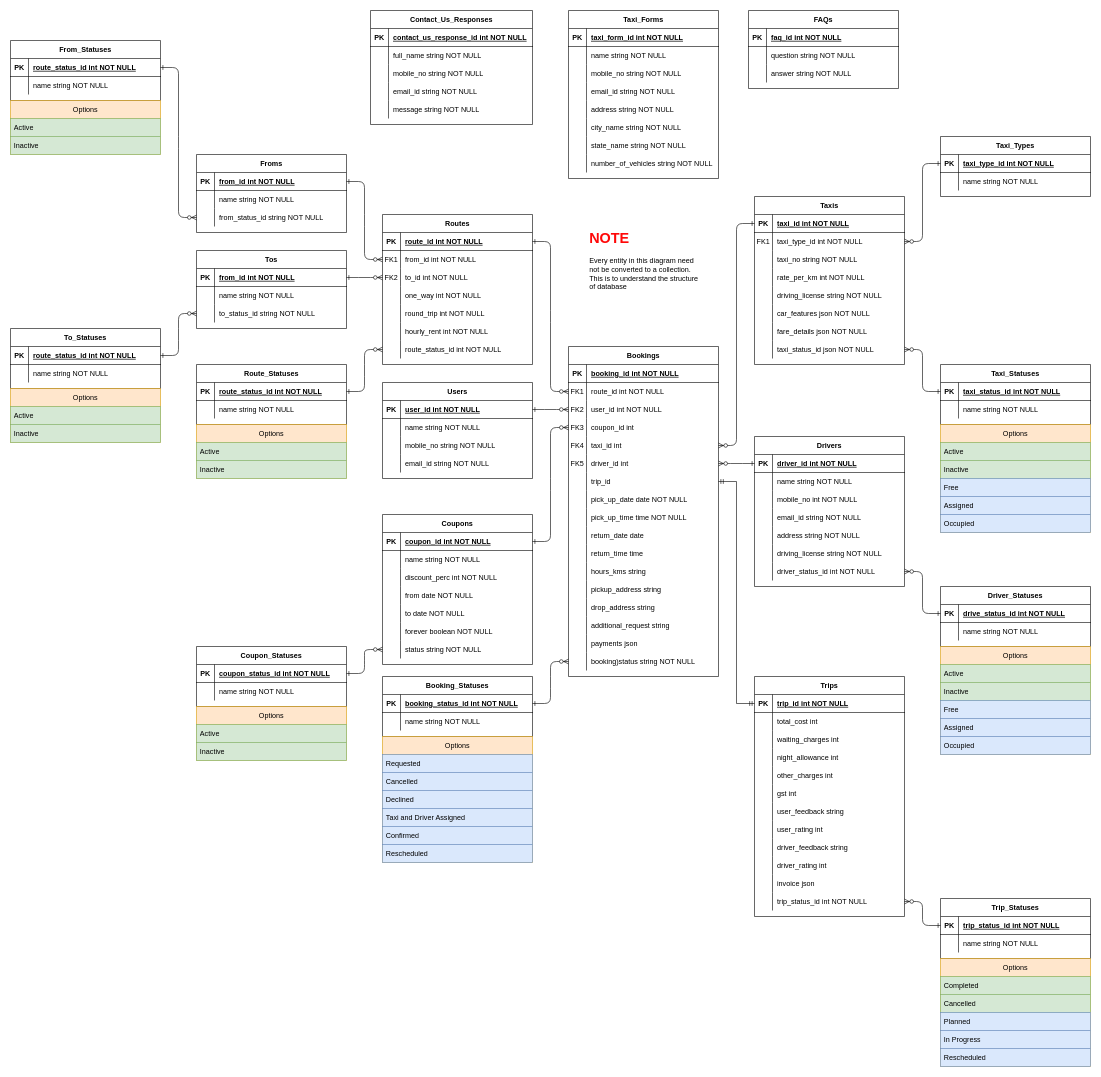
Above: BTCv2.drawio in TechManTejas/BombayTaxiCo_Express_Backend (draw.io), before the change. Source tidied: cells renumbered, new cells numbered last; positions are measured from the earlier drawing's top-left corner, leaving out a move shared by most shapes. Both pictures are drawn from the tidied source at 60%, with x=0, y=0 at pixel (10, 10).
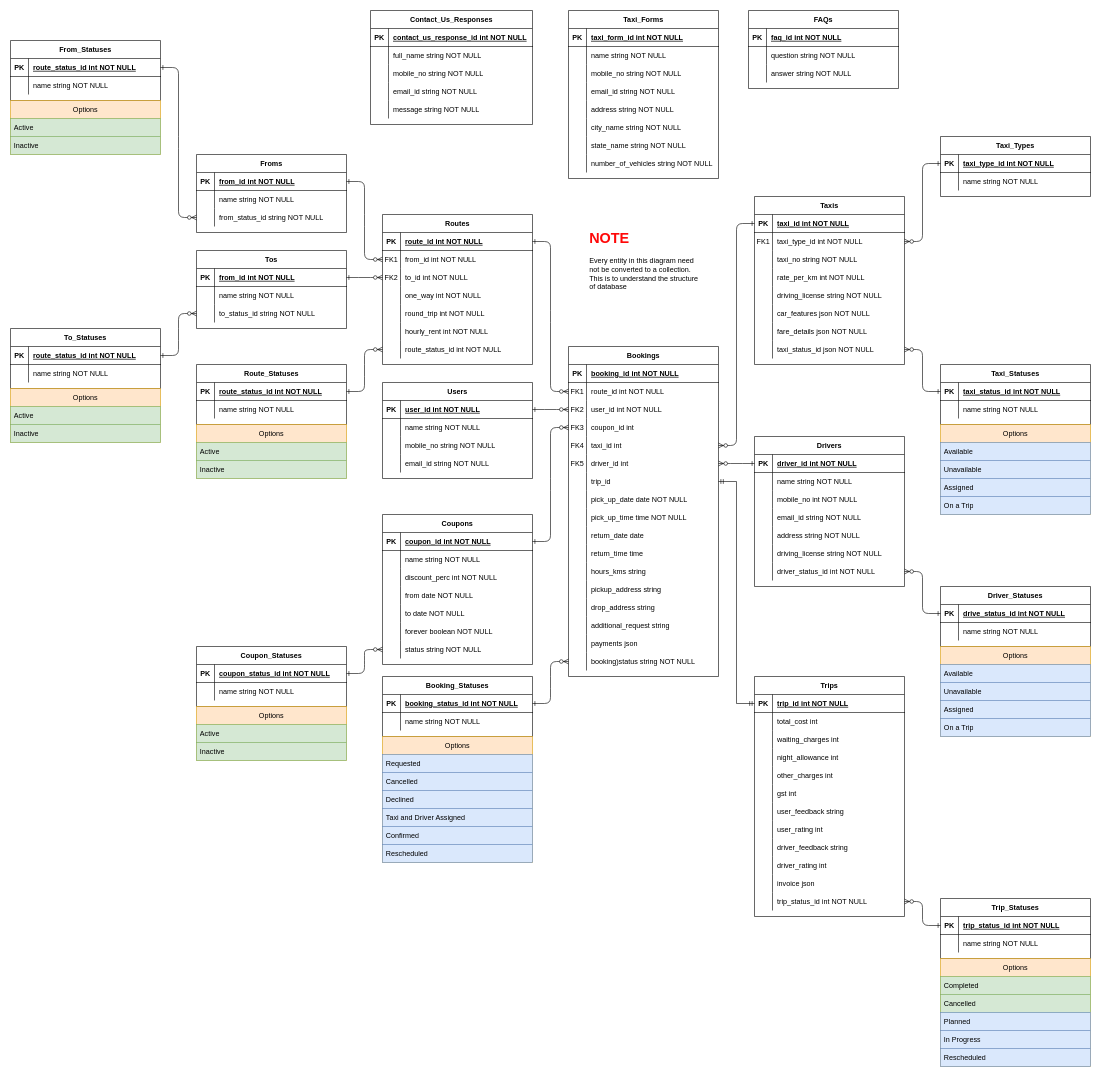
The same page after the edit.

Change to the diagram source:
```diff
@@
     <mxCell id="334" value="Options" style="swimlane;fontStyle=0;horizontal=1;startSize=30;whiteSpace=wrap;html=1;fillColor=#ffe6cc;strokeColor=#d79b00;swimlaneFillColor=none;" parent="1" vertex="1">
-      <mxGeometry x="1550" y="1060" width="250" height="180" as="geometry" />
+      <mxGeometry x="1550" y="1060" width="250" height="150" as="geometry" />
     </mxCell>
-    <mxCell id="335" value="Active" style="text;strokeColor=#82b366;fillColor=#d5e8d4;align=left;verticalAlign=middle;spacingLeft=4;spacingRight=4;overflow=hidden;whiteSpace=wrap;html=1;swimlaneFillColor=none;" parent="334" vertex="1">
-      <mxGeometry y="30" width="250" height="30" as="geometry" />
-    </mxCell>
-    <mxCell id="336" value="Inactive" style="text;strokeColor=#82b366;fillColor=#d5e8d4;align=left;verticalAlign=middle;spacingLeft=4;spacingRight=4;overflow=hidden;whiteSpace=wrap;html=1;swimlaneFillColor=none;" parent="334" vertex="1">
-      <mxGeometry y="60" width="250" height="30" as="geometry" />
-    </mxCell>
-    <mxCell id="337" value="Free" style="text;strokeColor=#6c8ebf;fillColor=#dae8fc;align=left;verticalAlign=middle;spacingLeft=4;spacingRight=4;overflow=hidden;whiteSpace=wrap;html=1;swimlaneFillColor=none;" parent="334" vertex="1">
-      <mxGeometry y="90" width="250" height="30" as="geometry" />
-    </mxCell>
+    <mxCell id="384" value="Available" style="text;strokeColor=#6c8ebf;fillColor=#dae8fc;align=left;verticalAlign=middle;spacingLeft=4;spacingRight=4;overflow=hidden;whiteSpace=wrap;html=1;swimlaneFillColor=none;" parent="334" vertex="1">
+      <mxGeometry y="30" width="250" height="30" as="geometry" />
+    </mxCell>
+    <mxCell id="385" value="Unavailable" style="text;strokeColor=#6c8ebf;fillColor=#dae8fc;align=left;verticalAlign=middle;spacingLeft=4;spacingRight=4;overflow=hidden;whiteSpace=wrap;html=1;swimlaneFillColor=none;" parent="334" vertex="1">
+      <mxGeometry y="60" width="250" height="30" as="geometry" />
+    </mxCell>
     <mxCell id="338" value="Assigned" style="text;strokeColor=#6c8ebf;fillColor=#dae8fc;align=left;verticalAlign=middle;spacingLeft=4;spacingRight=4;overflow=hidden;whiteSpace=wrap;html=1;swimlaneFillColor=none;" parent="334" vertex="1">
-      <mxGeometry y="120" width="250" height="30" as="geometry" />
+      <mxGeometry y="90" width="250" height="30" as="geometry" />
     </mxCell>
-    <mxCell id="339" value="Occupied" style="text;strokeColor=#6c8ebf;fillColor=#dae8fc;align=left;verticalAlign=middle;spacingLeft=4;spacingRight=4;overflow=hidden;whiteSpace=wrap;html=1;swimlaneFillColor=none;" parent="334" vertex="1">
-      <mxGeometry y="150" width="250" height="30" as="geometry" />
-    </mxCell>
+    <mxCell id="386" value="On a Trip" style="text;strokeColor=#6c8ebf;fillColor=#dae8fc;align=left;verticalAlign=middle;spacingLeft=4;spacingRight=4;overflow=hidden;whiteSpace=wrap;html=1;swimlaneFillColor=none;" parent="334" vertex="1">
+      <mxGeometry y="120" width="250" height="30" as="geometry" />
+    </mxCell>
     <mxCell id="340" value="Options" style="swimlane;fontStyle=0;horizontal=1;startSize=30;whiteSpace=wrap;html=1;fillColor=#ffe6cc;strokeColor=#d79b00;swimlaneFillColor=none;" parent="1" vertex="1">
-      <mxGeometry x="1550" y="690" width="250" height="180" as="geometry" />
+      <mxGeometry x="1550" y="690" width="250" height="150" as="geometry" />
     </mxCell>
+    <mxCell id="343" value="Available" style="text;strokeColor=#6c8ebf;fillColor=#dae8fc;align=left;verticalAlign=middle;spacingLeft=4;spacingRight=4;overflow=hidden;whiteSpace=wrap;html=1;swimlaneFillColor=none;" parent="340" vertex="1">
+      <mxGeometry y="30" width="250" height="30" as="geometry" />
+    </mxCell>
-    <mxCell id="341" value="Active" style="text;strokeColor=#82b366;fillColor=#d5e8d4;align=left;verticalAlign=middle;spacingLeft=4;spacingRight=4;overflow=hidden;whiteSpace=wrap;html=1;swimlaneFillColor=none;" parent="340" vertex="1">
-      <mxGeometry y="30" width="250" height="30" as="geometry" />
+    <mxCell id="341" value="Unavailable" style="text;strokeColor=#6c8ebf;fillColor=#dae8fc;align=left;verticalAlign=middle;spacingLeft=4;spacingRight=4;overflow=hidden;whiteSpace=wrap;html=1;swimlaneFillColor=none;" parent="340" vertex="1">
+      <mxGeometry y="60" width="250" height="30" as="geometry" />
     </mxCell>
-    <mxCell id="342" value="Inactive" style="text;strokeColor=#82b366;fillColor=#d5e8d4;align=left;verticalAlign=middle;spacingLeft=4;spacingRight=4;overflow=hidden;whiteSpace=wrap;html=1;swimlaneFillColor=none;" parent="340" vertex="1">
-      <mxGeometry y="60" width="250" height="30" as="geometry" />
-    </mxCell>
-    <mxCell id="343" value="Free" style="text;strokeColor=#6c8ebf;fillColor=#dae8fc;align=left;verticalAlign=middle;spacingLeft=4;spacingRight=4;overflow=hidden;whiteSpace=wrap;html=1;swimlaneFillColor=none;" parent="340" vertex="1">
-      <mxGeometry y="90" width="250" height="30" as="geometry" />
-    </mxCell>
     <mxCell id="344" value="Assigned" style="text;strokeColor=#6c8ebf;fillColor=#dae8fc;align=left;verticalAlign=middle;spacingLeft=4;spacingRight=4;overflow=hidden;whiteSpace=wrap;html=1;swimlaneFillColor=none;" parent="340" vertex="1">
-      <mxGeometry y="120" width="250" height="30" as="geometry" />
+      <mxGeometry y="90" width="250" height="30" as="geometry" />
     </mxCell>
-    <mxCell id="345" value="Occupied" style="text;strokeColor=#6c8ebf;fillColor=#dae8fc;align=left;verticalAlign=middle;spacingLeft=4;spacingRight=4;overflow=hidden;whiteSpace=wrap;html=1;swimlaneFillColor=none;" parent="340" vertex="1">
-      <mxGeometry y="150" width="250" height="30" as="geometry" />
+    <mxCell id="345" value="On a Trip" style="text;strokeColor=#6c8ebf;fillColor=#dae8fc;align=left;verticalAlign=middle;spacingLeft=4;spacingRight=4;overflow=hidden;whiteSpace=wrap;html=1;swimlaneFillColor=none;" parent="340" vertex="1">
+      <mxGeometry y="120" width="250" height="30" as="geometry" />
     </mxCell>
```
